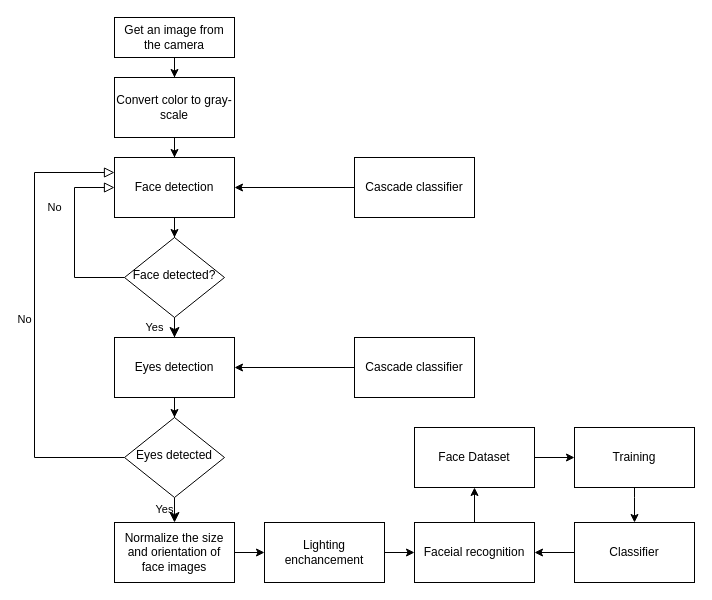
Before: facedetect.drawio in danblue3/test, a draw.io diagram. Source tidied: cells renumbered, new cells numbered last; positions are measured from the earlier drawing's top-left corner, leaving out a move shared by most shapes. Both pictures are drawn from the tidied source at 100%, with x=0, y=0 at pixel (34, 17).
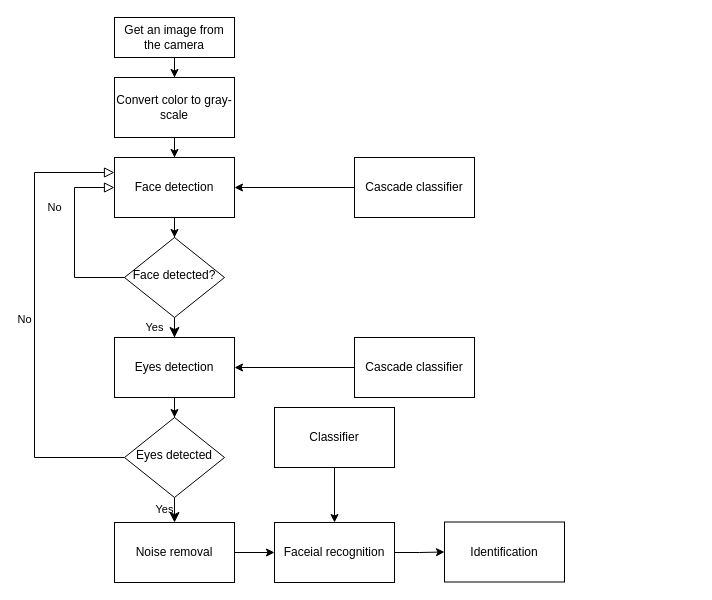
Above is the later version.

The change refers to these unchanged cells:
```xml
<mxCell id="25" value="Eyes detected" style="rhombus;whiteSpace=wrap;html=1;shadow=0;fontFamily=Helvetica;fontSize=12;align=center;strokeWidth=1;spacing=6;spacingTop=-4;" parent="1" vertex="1">
  <mxGeometry x="90" y="400" width="100" height="80" as="geometry" />
</mxCell>
```

What changed in the source:
```diff
@@
-    <mxCell id="8" value="Yes" style="edgeStyle=orthogonalEdgeStyle;rounded=0;html=1;jettySize=auto;fontSize=11;endArrow=classic;endFill=1;endSize=8;strokeWidth=1;shadow=0;labelBackgroundColor=none;entryX=0.5;entryY=0;entryDx=0;entryDy=0;" parent="1" edge="1" source="25" target="14">
+    <mxCell id="8" value="Yes" style="edgeStyle=orthogonalEdgeStyle;rounded=0;html=1;jettySize=auto;fontSize=11;endArrow=classic;endFill=1;endSize=8;strokeWidth=1;shadow=0;labelBackgroundColor=none;entryX=0.5;entryY=0;entryDx=0;entryDy=0;" parent="1" edge="1" source="25" target="27">
       <mxGeometry y="10" relative="1" as="geometry" />
     </mxCell>
@@
-    <mxCell id="13" style="edgeStyle=orthogonalEdgeStyle;rounded=0;jettySize=auto;html=1;entryX=0;entryY=0.5;entryDx=0;entryDy=0;endArrow=classic;endFill=1;" parent="1" edge="1" source="14" target="27">
-      <mxGeometry relative="1" as="geometry" />
-    </mxCell>
-    <mxCell id="14" value="Normalize the size and orientation of face images" style="rounded=0;whiteSpace=wrap;html=1;" parent="1" vertex="1">
-      <mxGeometry x="80" y="505" width="120" height="60" as="geometry" />
-    </mxCell>
-    <mxCell id="15" style="edgeStyle=orthogonalEdgeStyle;rounded=0;jettySize=auto;html=1;entryX=0.5;entryY=1;entryDx=0;entryDy=0;endArrow=classic;endFill=1;" parent="1" edge="1" source="16" target="18">
-      <mxGeometry relative="1" as="geometry" />
-    </mxCell>
+    <mxCell id="32" style="edgeStyle=orthogonalEdgeStyle;rounded=0;jettySize=auto;html=1;entryX=0;entryY=0.5;entryDx=0;entryDy=0;" parent="1" edge="1" source="16" target="33">
+      <mxGeometry relative="1" as="geometry" />
+    </mxCell>
     <mxCell id="16" value="Faceial recognition" style="rounded=0;whiteSpace=wrap;html=1;" parent="1" vertex="1">
-      <mxGeometry x="380" y="505" width="120" height="60" as="geometry" />
+      <mxGeometry x="240" y="505" width="120" height="60" as="geometry" />
     </mxCell>
-    <mxCell id="17" style="edgeStyle=orthogonalEdgeStyle;rounded=0;jettySize=auto;html=1;entryX=0;entryY=0.5;entryDx=0;entryDy=0;endArrow=classic;endFill=1;" parent="1" edge="1" source="18" target="20">
-      <mxGeometry relative="1" as="geometry" />
-    </mxCell>
-    <mxCell id="18" value="Face Dataset" style="rounded=0;whiteSpace=wrap;html=1;" parent="1" vertex="1">
-      <mxGeometry x="380" y="410" width="120" height="60" as="geometry" />
-    </mxCell>
-    <mxCell id="19" style="edgeStyle=orthogonalEdgeStyle;rounded=0;jettySize=auto;html=1;entryX=0.5;entryY=0;entryDx=0;entryDy=0;endArrow=classic;endFill=1;exitX=0.5;exitY=1;exitDx=0;exitDy=0;" parent="1" edge="1" source="20" target="29">
-      <mxGeometry relative="1" as="geometry">
-        <Array as="points">
-          <mxPoint x="600" y="480" />
-          <mxPoint x="600" y="480" />
-        </Array>
-      </mxGeometry>
-    </mxCell>
-    <mxCell id="20" value="Training" style="rounded=0;whiteSpace=wrap;html=1;" parent="1" vertex="1">
-      <mxGeometry x="540" y="410" width="120" height="60" as="geometry" />
-    </mxCell>
@@
-    <mxCell id="27" value="Lighting enchancement" style="rounded=0;whiteSpace=wrap;html=1;" parent="1" vertex="1">
-      <mxGeometry x="230" y="505" width="120" height="60" as="geometry" />
+    <mxCell id="27" value="Noise removal" style="rounded=0;whiteSpace=wrap;html=1;" parent="1" vertex="1">
+      <mxGeometry x="80" y="505" width="120" height="60" as="geometry" />
     </mxCell>
-    <mxCell id="28" style="edgeStyle=orthogonalEdgeStyle;rounded=0;jettySize=auto;html=1;entryX=1;entryY=0.5;entryDx=0;entryDy=0;endArrow=classic;endFill=1;" parent="1" edge="1" source="29" target="16">
+    <mxCell id="28" style="edgeStyle=orthogonalEdgeStyle;rounded=0;jettySize=auto;html=1;entryX=0.5;entryY=0;entryDx=0;entryDy=0;endArrow=classic;endFill=1;" parent="1" edge="1" source="29" target="16">
       <mxGeometry relative="1" as="geometry" />
     </mxCell>
     <mxCell id="29" value="Classifier" style="rounded=0;whiteSpace=wrap;html=1;" parent="1" vertex="1">
-      <mxGeometry x="540" y="505" width="120" height="60" as="geometry" />
+      <mxGeometry x="240" y="390" width="120" height="60" as="geometry" />
     </mxCell>
@@
+    <mxCell id="33" value="Identification" style="rounded=0;whiteSpace=wrap;html=1;" parent="1" vertex="1">
+      <mxGeometry x="410" y="504.5" width="120" height="60" as="geometry" />
+    </mxCell>
```
